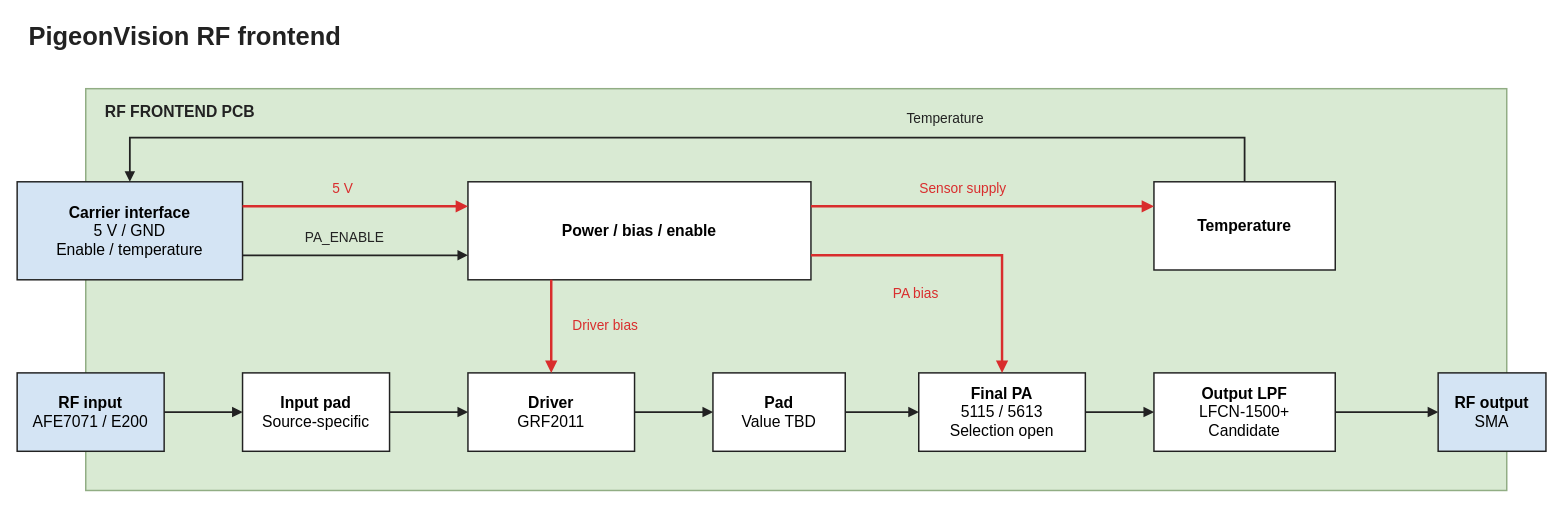
Before: hardware/rf-frontend/block-diagram.drawio in stanford-ssi/PigeonVision, a draw.io diagram. Source tidied: cells renumbered, new cells numbered last; positions are measured from the earlier drawing's top-left corner, leaving out a move shared by most shapes. Both pictures are drawn from the tidied source at 98%, with x=0, y=0 at pixel (17, 17).
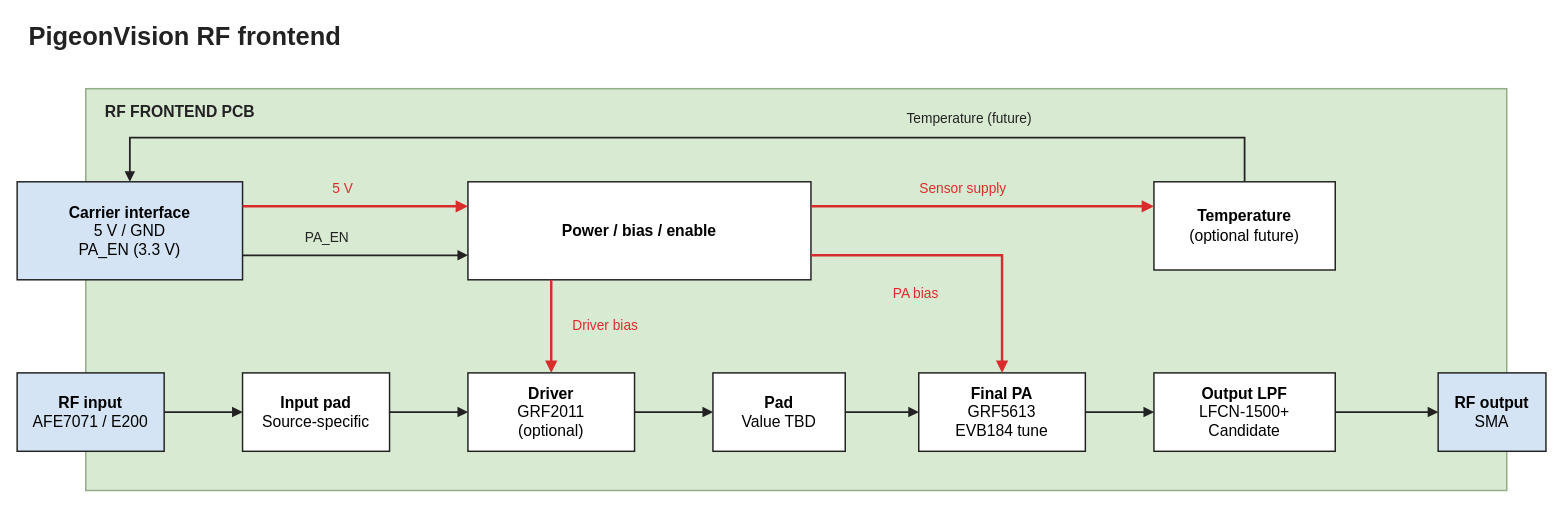
Above is the later version.

Diff of the diagram source:
```diff
@@
-    <mxCell id="5" value="&lt;b&gt;Carrier interface&lt;/b&gt;&lt;br&gt;5 V / GND&lt;br&gt;Enable / temperature" style="rounded=0;whiteSpace=wrap;html=1;fontFamily=Arial;fillColor=#d4e4f4;strokeColor=#222222;strokeWidth=1.5;align=center;verticalAlign=middle;fontSize=16;spacing=5;" parent="1" vertex="1">
+    <mxCell id="5" value="&lt;b&gt;Carrier interface&lt;/b&gt;&lt;br&gt;5 V / GND&lt;br&gt;PA_EN (3.3 V)" style="rounded=0;whiteSpace=wrap;html=1;fontFamily=Arial;fillColor=#d4e4f4;strokeColor=#222222;strokeWidth=1.5;align=center;verticalAlign=middle;fontSize=16;spacing=5;" parent="1" vertex="1">
       <mxGeometry y="168" width="230" height="100" as="geometry" />
     </mxCell>
@@
-    <mxCell id="7" value="&lt;b&gt;Temperature&lt;/b&gt;" style="rounded=0;whiteSpace=wrap;html=1;fontFamily=Arial;fillColor=#ffffff;strokeColor=#222222;strokeWidth=1.5;align=center;verticalAlign=middle;fontSize=16;spacing=5;" parent="1" vertex="1">
+    <mxCell id="7" value="&lt;b&gt;Temperature&lt;/b&gt;&lt;br&gt;(optional future)" style="rounded=0;whiteSpace=wrap;html=1;fontFamily=Arial;fillColor=#ffffff;strokeColor=#222222;strokeWidth=1.5;align=center;verticalAlign=middle;fontSize=16;spacing=5;" parent="1" vertex="1">
       <mxGeometry x="1160" y="168" width="185" height="90" as="geometry" />
     </mxCell>
@@
-    <mxCell id="11" value="PA_ENABLE" style="text;html=0;align=left;verticalAlign=middle;fillColor=none;strokeColor=none;fontFamily=Arial;fontSize=14;fontColor=#222222;fontStyle=0;" parent="1" vertex="1">
+    <mxCell id="11" value="PA_EN" style="text;html=0;align=left;verticalAlign=middle;fillColor=none;strokeColor=none;fontFamily=Arial;fontSize=14;fontColor=#222222;fontStyle=0;" parent="1" vertex="1">
       <mxGeometry x="292" y="213" width="80" height="22" as="geometry" />
     </mxCell>
@@
-    <mxCell id="15" value="Temperature" style="text;html=0;align=left;verticalAlign=middle;fillColor=none;strokeColor=none;fontFamily=Arial;fontSize=14;fontColor=#222222;fontStyle=0;" parent="1" vertex="1">
+    <mxCell id="15" value="Temperature (future)" style="text;html=0;align=left;verticalAlign=middle;fillColor=none;strokeColor=none;fontFamily=Arial;fontSize=14;fontColor=#222222;fontStyle=0;" parent="1" vertex="1">
       <mxGeometry x="906" y="92" width="88" height="22" as="geometry" />
     </mxCell>
@@
-    <mxCell id="18" value="&lt;b&gt;Driver&lt;/b&gt;&lt;br&gt;GRF2011" style="rounded=0;whiteSpace=wrap;html=1;fontFamily=Arial;fillColor=#ffffff;strokeColor=#222222;strokeWidth=1.5;align=center;verticalAlign=middle;fontSize=16;spacing=5;" parent="1" vertex="1">
+    <mxCell id="18" value="&lt;b&gt;Driver&lt;/b&gt;&lt;br&gt;GRF2011&lt;br&gt;(optional)" style="rounded=0;whiteSpace=wrap;html=1;fontFamily=Arial;fillColor=#ffffff;strokeColor=#222222;strokeWidth=1.5;align=center;verticalAlign=middle;fontSize=16;spacing=5;" parent="1" vertex="1">
       <mxGeometry x="460" y="363" width="170" height="80" as="geometry" />
     </mxCell>
@@
-    <mxCell id="20" value="&lt;b&gt;Final PA&lt;/b&gt;&lt;br&gt;5115 / 5613&lt;br&gt;Selection open" style="rounded=0;whiteSpace=wrap;html=1;fontFamily=Arial;fillColor=#ffffff;strokeColor=#222222;strokeWidth=1.5;align=center;verticalAlign=middle;fontSize=16;spacing=5;" parent="1" vertex="1">
+    <mxCell id="20" value="&lt;b&gt;Final PA&lt;/b&gt;&lt;br&gt;GRF5613&lt;br&gt;EVB184 tune" style="rounded=0;whiteSpace=wrap;html=1;fontFamily=Arial;fillColor=#ffffff;strokeColor=#222222;strokeWidth=1.5;align=center;verticalAlign=middle;fontSize=16;spacing=5;" parent="1" vertex="1">
       <mxGeometry x="920" y="363" width="170" height="80" as="geometry" />
     </mxCell>
```
